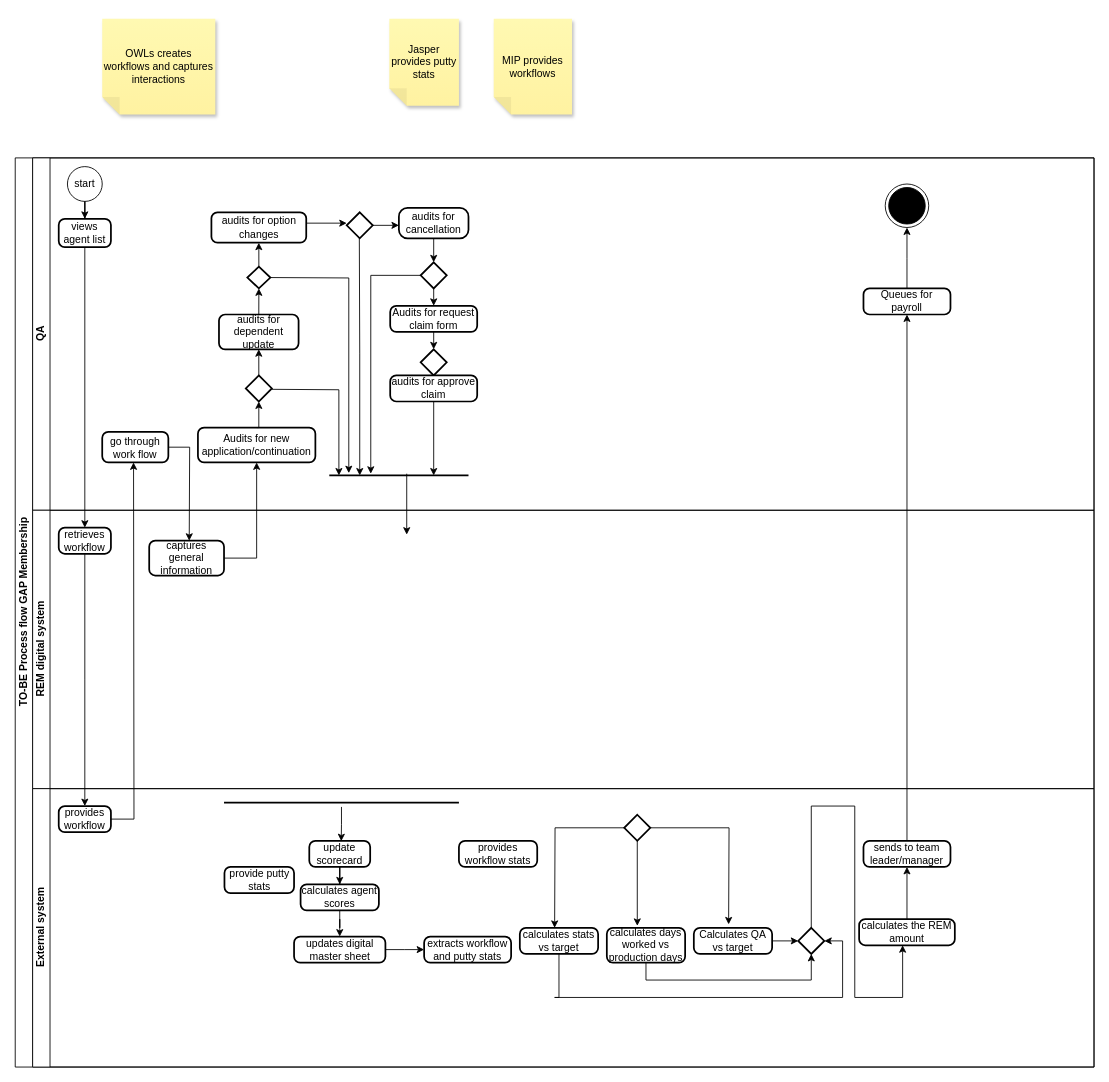
Before: GAPmembership.drawio in TJ-Kwetsane1993/Thato, a draw.io diagram. Source tidied: cells renumbered, new cells numbered last; positions are measured from the earlier drawing's top-left corner, leaving out a move shared by most shapes. Both pictures are drawn from the tidied source at 87%, with x=0, y=0 at pixel (15, 18).
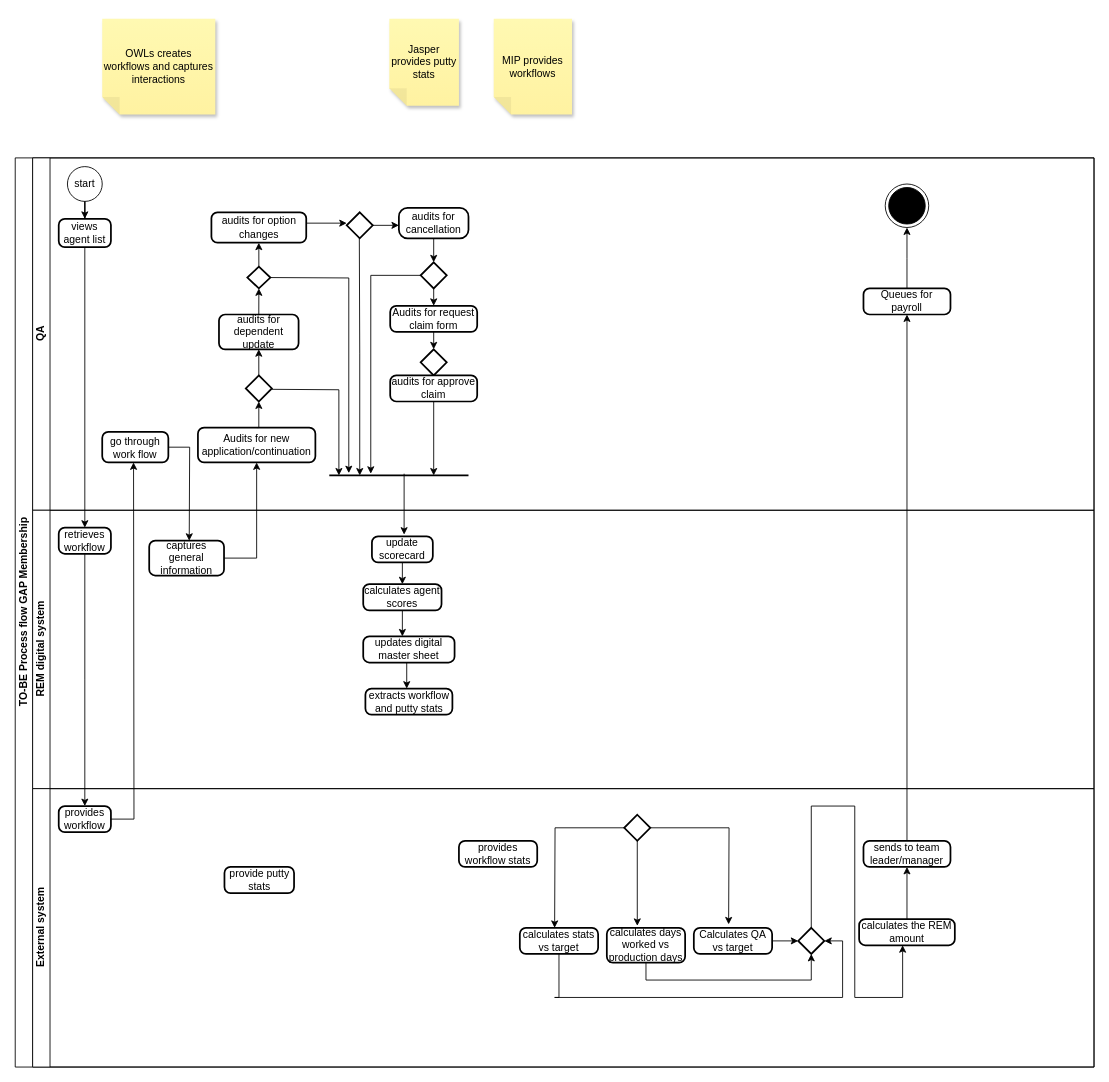
Above is the later version.

Unchanged cells that the change refers to:
```xml
<mxCell id="2" value="TO-BE Process flow GAP Membership" style="swimlane;html=1;horizontal=0;startSize=20;" parent="1" vertex="1">
  <mxGeometry y="160" width="1240" height="1045" as="geometry" />
</mxCell>
<mxCell id="3" value="QA" style="swimlane;html=1;startSize=20;horizontal=0;" parent="2" vertex="1">
  <mxGeometry x="20" width="1220" height="405" as="geometry" />
</mxCell>
<mxCell id="40" value="REM digital system" style="swimlane;html=1;startSize=20;horizontal=0;" parent="2" vertex="1">
  <mxGeometry x="20" y="405" width="1220" height="320" as="geometry" />
</mxCell>
<mxCell id="45" value="External system" style="swimlane;html=1;startSize=20;horizontal=0;" parent="2" vertex="1">
  <mxGeometry x="20" y="725" width="1220" height="320" as="geometry" />
</mxCell>
```

Diff of the diagram source:
```diff
@@
     <mxCell id="37" style="endArrow=classic;html=1;rounded=0;" parent="3" edge="1">
       <mxGeometry relative="1" as="geometry">
-        <mxPoint x="430" y="363" as="sourcePoint" />
-        <mxPoint x="430" y="433" as="targetPoint" />
+        <mxPoint x="427" y="363" as="sourcePoint" />
+        <mxPoint x="427" y="433" as="targetPoint" />
       </mxGeometry>
     </mxCell>
@@
-    <mxCell id="41" style="line;strokeWidth=2;html=1;" parent="40" vertex="1">
-      <mxGeometry x="220" y="331" width="270" height="10" as="geometry" />
-    </mxCell>
@@
+    <mxCell id="80" style="edgeStyle=orthogonalEdgeStyle;rounded=0;jettySize=auto;html=1;exitX=0.5;exitY=1;exitDx=0;exitDy=0;" parent="40" edge="1" source="47">
+      <mxGeometry relative="1" as="geometry">
+        <mxPoint x="425" y="85" as="targetPoint" />
+      </mxGeometry>
+    </mxCell>
+    <mxCell id="47" value="update scorecard" style="rounded=1;whiteSpace=wrap;html=1;absoluteArcSize=1;arcSize=14;strokeWidth=2;" parent="40" vertex="1">
+      <mxGeometry x="390" y="30" width="70" height="30" as="geometry" />
+    </mxCell>
+    <mxCell id="81" style="edgeStyle=orthogonalEdgeStyle;rounded=0;jettySize=auto;html=1;exitX=0.5;exitY=1;exitDx=0;exitDy=0;" parent="40" edge="1" source="48">
+      <mxGeometry relative="1" as="geometry">
+        <mxPoint x="425" y="145" as="targetPoint" />
+      </mxGeometry>
+    </mxCell>
+    <mxCell id="48" value="calculates agent scores" style="rounded=1;whiteSpace=wrap;html=1;absoluteArcSize=1;arcSize=14;strokeWidth=2;" parent="40" vertex="1">
+      <mxGeometry x="380" y="85" width="90" height="30" as="geometry" />
+    </mxCell>
+    <mxCell id="82" style="edgeStyle=orthogonalEdgeStyle;rounded=0;jettySize=auto;html=1;exitX=0.5;exitY=1;exitDx=0;exitDy=0;" parent="40" edge="1" source="51">
+      <mxGeometry relative="1" as="geometry">
+        <mxPoint x="430" y="205" as="targetPoint" />
+      </mxGeometry>
+    </mxCell>
+    <mxCell id="51" value="updates digital master sheet" style="rounded=1;whiteSpace=wrap;html=1;absoluteArcSize=1;arcSize=14;strokeWidth=2;" parent="40" vertex="1">
+      <mxGeometry x="380" y="145" width="105" height="30" as="geometry" />
+    </mxCell>
+    <mxCell id="53" value="extracts workflow and putty stats" style="rounded=1;whiteSpace=wrap;html=1;absoluteArcSize=1;arcSize=14;strokeWidth=2;" parent="40" vertex="1">
+      <mxGeometry x="382.5" y="205" width="100" height="30" as="geometry" />
+    </mxCell>
@@
-    <mxCell id="46" style="edgeStyle=orthogonalEdgeStyle;rounded=0;jettySize=auto;html=1;exitX=0.5;exitY=1;exitDx=0;exitDy=0;" parent="45" edge="1" source="48">
-      <mxGeometry relative="1" as="geometry">
-        <mxPoint x="375" y="110" as="targetPoint" />
-      </mxGeometry>
-    </mxCell>
-    <mxCell id="47" value="update scorecard" style="rounded=1;whiteSpace=wrap;html=1;absoluteArcSize=1;arcSize=14;strokeWidth=2;" parent="45" vertex="1">
-      <mxGeometry x="318" y="60" width="70" height="30" as="geometry" />
-    </mxCell>
-    <mxCell id="48" value="calculates agent scores" style="rounded=1;whiteSpace=wrap;html=1;absoluteArcSize=1;arcSize=14;strokeWidth=2;" parent="45" vertex="1">
-      <mxGeometry x="308" y="110" width="90" height="30" as="geometry" />
-    </mxCell>
-    <mxCell id="49" style="edgeStyle=orthogonalEdgeStyle;rounded=0;jettySize=auto;html=1;exitX=0.5;exitY=1;exitDx=0;exitDy=0;" parent="45" edge="1" source="47" target="48">
-      <mxGeometry relative="1" as="geometry" />
-    </mxCell>
-    <mxCell id="50" style="edgeStyle=orthogonalEdgeStyle;rounded=0;jettySize=auto;html=1;exitX=1;exitY=0.5;exitDx=0;exitDy=0;" parent="45" edge="1" source="51">
-      <mxGeometry relative="1" as="geometry">
-        <mxPoint x="450" y="185" as="targetPoint" />
-      </mxGeometry>
-    </mxCell>
-    <mxCell id="51" value="updates digital master sheet" style="rounded=1;whiteSpace=wrap;html=1;absoluteArcSize=1;arcSize=14;strokeWidth=2;" parent="45" vertex="1">
-      <mxGeometry x="300.5" y="170" width="105" height="30" as="geometry" />
-    </mxCell>
-    <mxCell id="52" style="edgeStyle=orthogonalEdgeStyle;rounded=0;jettySize=auto;html=1;exitX=0.5;exitY=1;exitDx=0;exitDy=0;" parent="45" edge="1" source="48" target="51">
-      <mxGeometry relative="1" as="geometry" />
-    </mxCell>
-    <mxCell id="53" value="extracts workflow and putty stats" style="rounded=1;whiteSpace=wrap;html=1;absoluteArcSize=1;arcSize=14;strokeWidth=2;" parent="45" vertex="1">
-      <mxGeometry x="450" y="170" width="100" height="30" as="geometry" />
-    </mxCell>
@@
-    <mxCell id="73" style="edgeStyle=orthogonalEdgeStyle;rounded=0;jettySize=auto;html=1;entryX=0.525;entryY=0.012;entryDx=0;entryDy=0;entryPerimeter=0;" parent="2" edge="1" source="41" target="47">
-      <mxGeometry relative="1" as="geometry" />
-    </mxCell>
```
